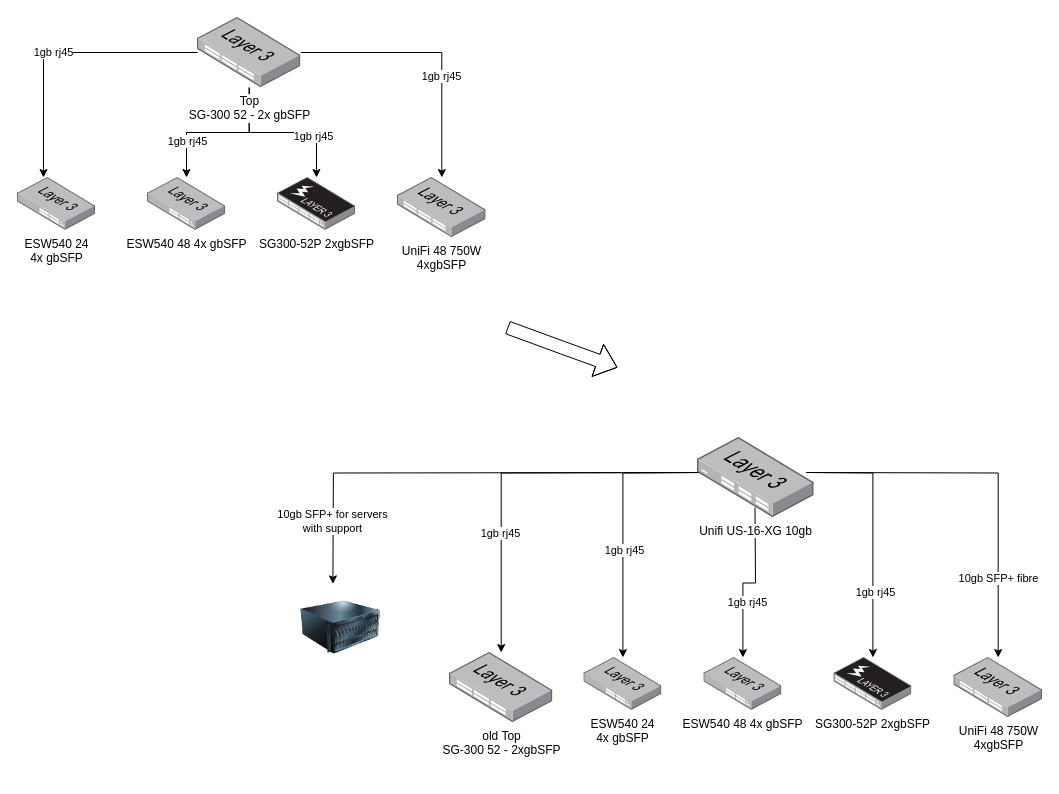
Before: bvg-switches.drawio in cwldev/draw, a draw.io diagram. Source tidied: cells renumbered, new cells numbered last; positions are measured from the earlier drawing's top-left corner, leaving out a move shared by most shapes. Both pictures are drawn from the tidied source at 100%, with x=0, y=0 at pixel (17, 17).
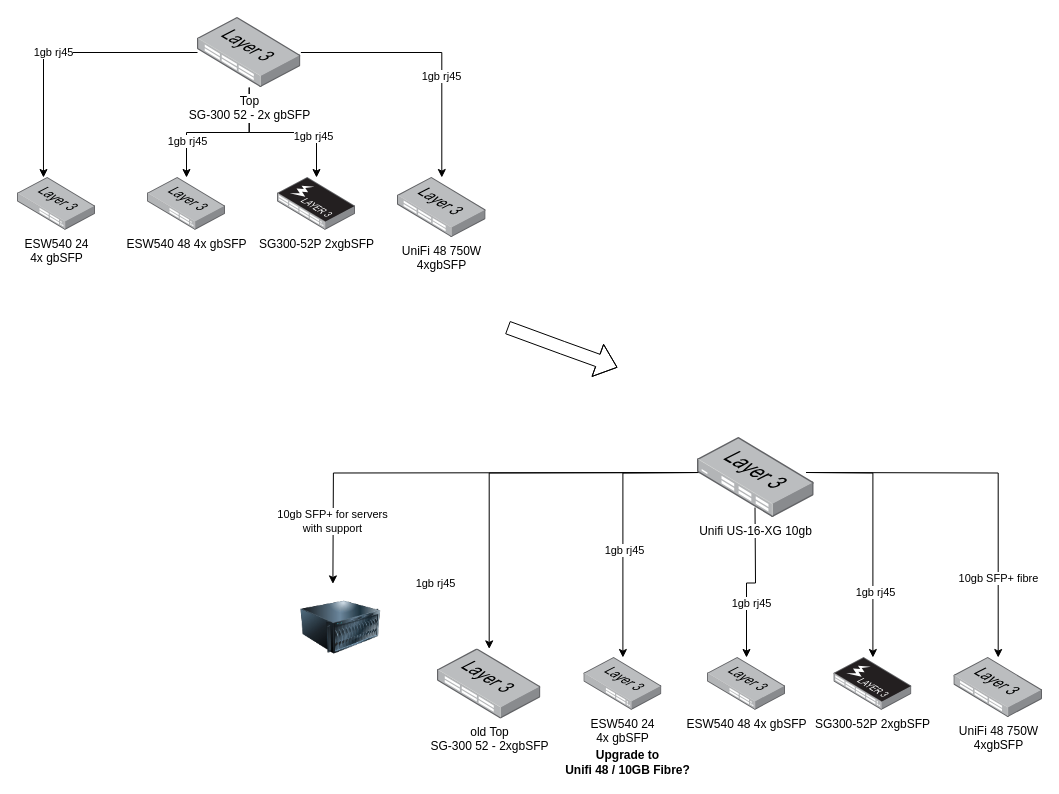
After the change.

What changed in the source:
```diff
@@
     <mxCell id="27" value="old Top &lt;br&gt;SG-300 52 - 2xgbSFP" style="points=[];html=1;align=center;shadow=0;dashed=0;image;image=img/lib/allied_telesis/switch/Switch_48_port_L3.svg;" parent="1" vertex="1">
-      <mxGeometry x="432" y="635" width="103.4" height="70" as="geometry" />
+      <mxGeometry x="420" y="631.4" width="103.4" height="70" as="geometry" />
     </mxCell>
@@
     <mxCell id="29" value="ESW540 48 4x gbSFP" style="points=[];html=1;align=center;shadow=0;dashed=0;image;image=img/lib/allied_telesis/switch/Switch_24_port_L3_Alternative.svg;" parent="1" vertex="1">
-      <mxGeometry x="686.4" y="640" width="78" height="52.8" as="geometry" />
+      <mxGeometry x="690" y="640" width="78" height="52.8" as="geometry" />
     </mxCell>
@@
+    <mxCell id="35" value="&lt;b&gt;Upgrade to&lt;br&gt;Unifi 48 / 10GB Fibre?&lt;/b&gt;" style="text;html=1;align=center;verticalAlign=middle;" parent="1" vertex="1">
+      <mxGeometry x="540" y="730" width="140" height="30" as="geometry" />
+    </mxCell>
```
